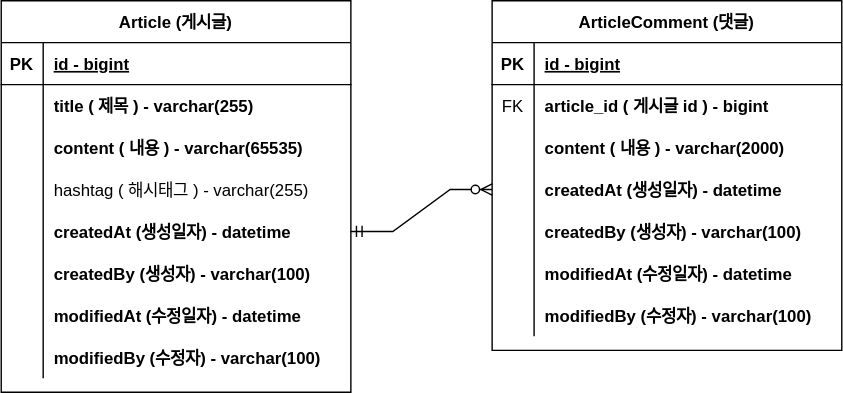
This is document/project-board-erd.svg from mil2ne/fastcampus-project-board, a draw.io export, as it was before one commit. Source tidied: cells renumbered, new cells last; positions are measured from the earlier drawing's top-left corner, leaving out a move shared by most shapes.
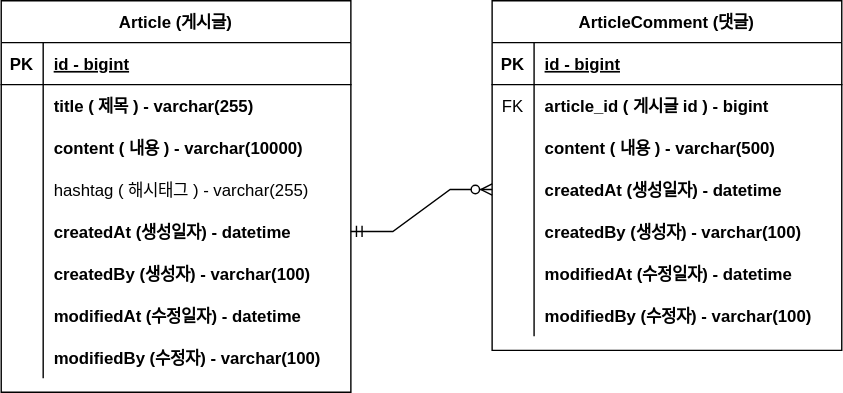
The same file after the commit.

Commit message:
#10 - erd 업데이트: content 사이즈 수정

What changed in the source:
```diff
@@ -29,7 +29,7 @@
     <mxCell id="10" style="shape=partialRectangle;overflow=hidden;fillColor=none;top=0;left=0;bottom=0;right=0;" parent="9" vertex="1">
       <mxGeometry width="30" height="30" as="geometry" />
     </mxCell>
-    <mxCell id="11" value="content ( 내용 ) - varchar(65535)" style="shape=partialRectangle;overflow=hidden;fillColor=none;top=0;left=0;bottom=0;right=0;align=left;spacingLeft=6;fontStyle=1;" parent="9" vertex="1">
+    <mxCell id="11" value="content ( 내용 ) - varchar(10000)" style="shape=partialRectangle;overflow=hidden;fillColor=none;top=0;left=0;bottom=0;right=0;align=left;spacingLeft=6;fontStyle=1;" parent="9" vertex="1">
       <mxGeometry x="30" width="220" height="30" as="geometry" />
     </mxCell>
     <mxCell id="12" style="shape=partialRectangle;fillColor=none;points=[[0,0.5],[1,0.5]];portConstraint=eastwest;top=0;left=0;right=0;bottom=0;" parent="2" vertex="1">
@@ -110,7 +110,7 @@
     <mxCell id="37" style="shape=partialRectangle;overflow=hidden;fillColor=none;top=0;left=0;bottom=0;right=0;" parent="36" vertex="1">
       <mxGeometry width="30" height="30" as="geometry" />
     </mxCell>
-    <mxCell id="38" value="content ( 내용 ) - varchar(2000)" style="shape=partialRectangle;overflow=hidden;fillColor=none;top=0;left=0;bottom=0;right=0;align=left;spacingLeft=6;fontStyle=1;" parent="36" vertex="1">
+    <mxCell id="38" value="content ( 내용 ) - varchar(500)" style="shape=partialRectangle;overflow=hidden;fillColor=none;top=0;left=0;bottom=0;right=0;align=left;spacingLeft=6;fontStyle=1;" parent="36" vertex="1">
       <mxGeometry x="30" width="220" height="30" as="geometry" />
     </mxCell>
     <mxCell id="39" style="shape=partialRectangle;fillColor=none;points=[[0,0.5],[1,0.5]];portConstraint=eastwest;top=0;left=0;right=0;bottom=0;" parent="29" vertex="1">
```
